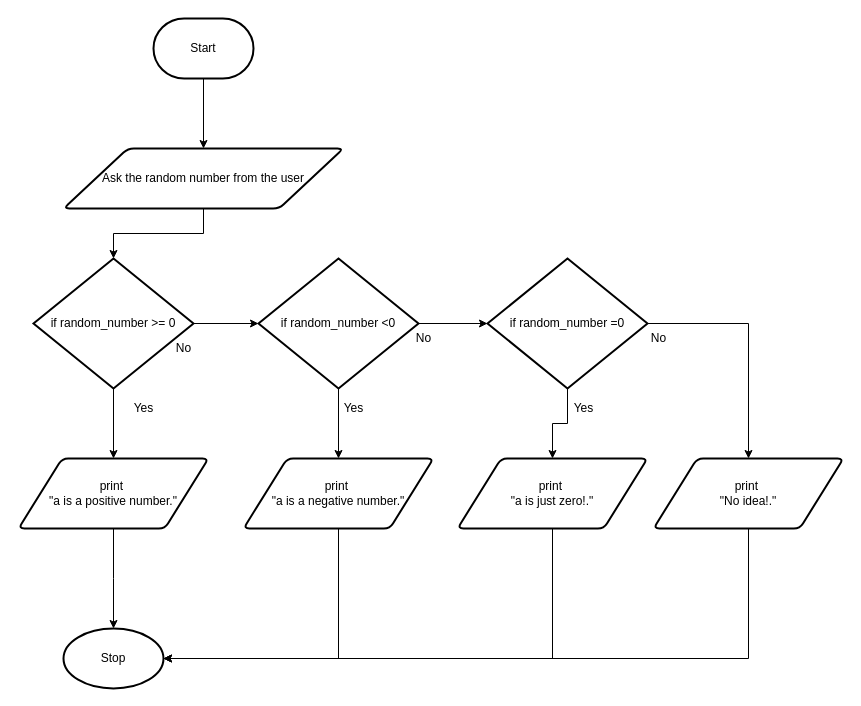
Above: Flow chart.drawio in huihangisaac-ho/ICS3U-Unit3-04-Python (draw.io), before the change. Source tidied: cells renumbered, new cells numbered last; positions are measured from the earlier drawing's top-left corner, leaving out a move shared by most shapes. Both pictures are drawn from the tidied source at 100%, with x=0, y=0 at pixel (18, 18).
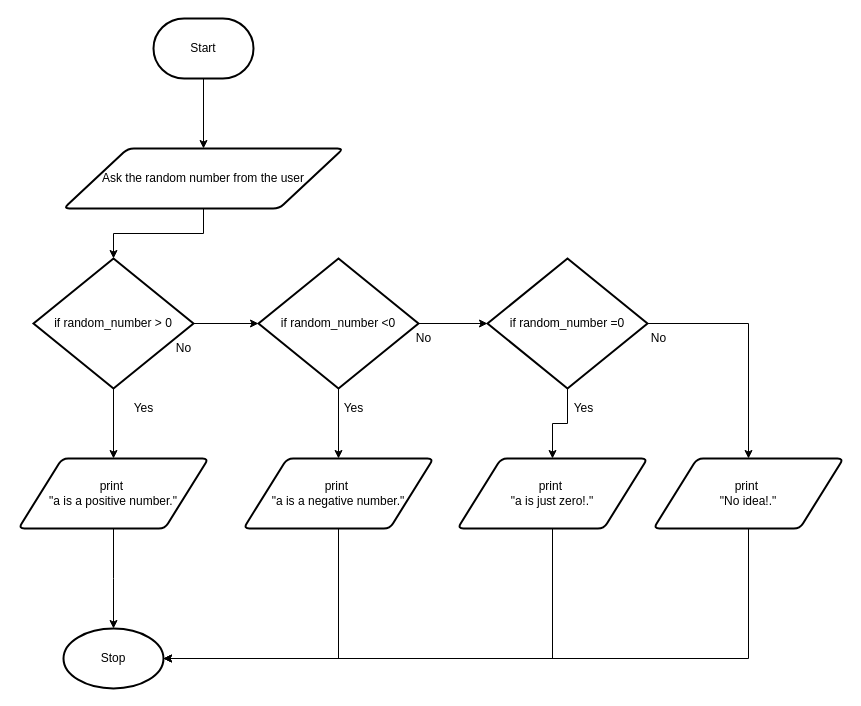
Above is the later version.

What changed in the source:
```diff
@@
-    <mxCell id="5" value="if random_number &amp;gt;= 0" style="strokeWidth=2;html=1;shape=mxgraph.flowchart.decision;whiteSpace=wrap;" parent="1" vertex="1">
+    <mxCell id="5" value="if random_number &amp;gt; 0" style="strokeWidth=2;html=1;shape=mxgraph.flowchart.decision;whiteSpace=wrap;" parent="1" vertex="1">
       <mxGeometry x="15" y="240" width="160" height="130" as="geometry" />
     </mxCell>
```
